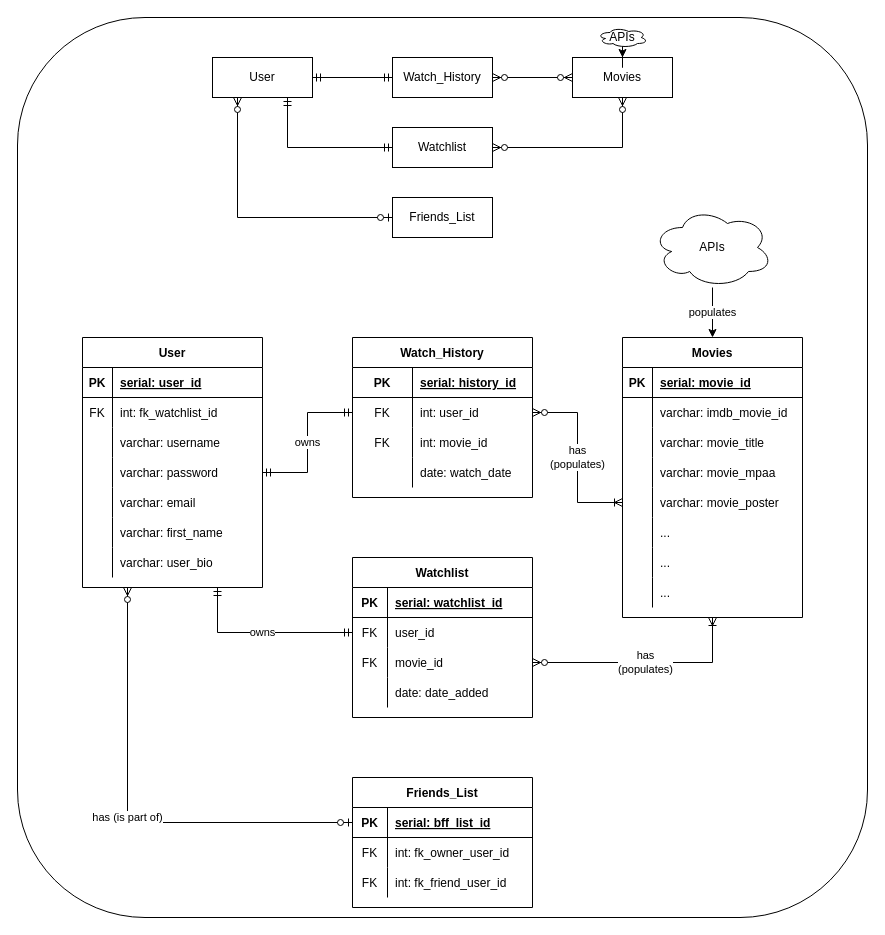
Above: Documentation/Design/p2-erd.drawio in 210426-java-react-enterprise/delta_team_p2_WebApp (draw.io), before the change. Source tidied: cells renumbered, new cells numbered last; positions are measured from the earlier drawing's top-left corner, leaving out a move shared by most shapes. Both pictures are drawn from the tidied source at 100%, with x=0, y=0 at pixel (17, 17).
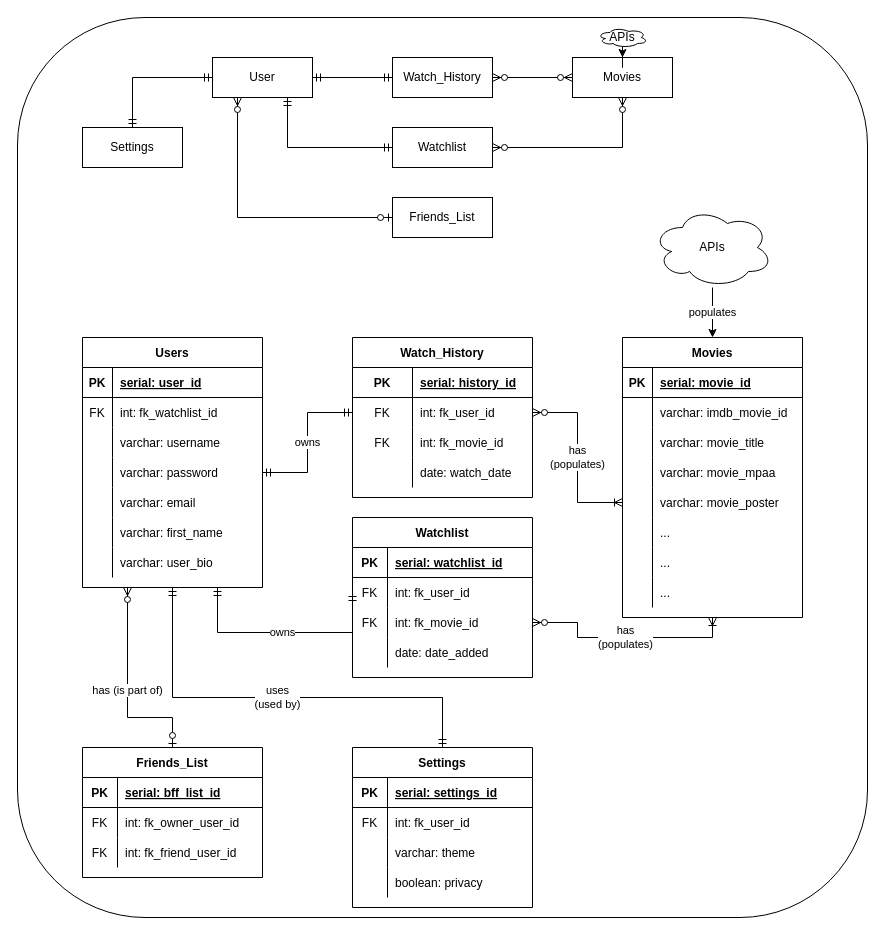
After the change.

Commit message (it also covers changes not shown here):
updated ERD to include Settings

The change refers to these unchanged cells:
```xml
<mxCell id="6" value="User" style="whiteSpace=wrap;html=1;align=center;" parent="1" vertex="1">
  <mxGeometry x="195" y="40" width="100" height="40" as="geometry" />
</mxCell>
<mxCell id="65" style="shape=partialRectangle;fillColor=none;top=0;left=0;bottom=0;right=0;points=[[0,0.5],[1,0.5]];portConstraint=eastwest;" parent="61" vertex="1">
  <mxGeometry y="60" width="180" height="30" as="geometry" />
</mxCell>
<mxCell id="68" style="shape=partialRectangle;fillColor=none;top=0;left=0;bottom=0;right=0;" parent="61" vertex="1">
  <mxGeometry y="90" width="180" height="30" as="geometry" />
</mxCell>
<mxCell id="78" style="shape=partialRectangle;fillColor=none;top=0;left=0;bottom=0;right=0;points=[[0,0.5],[1,0.5]];portConstraint=eastwest;" parent="74" vertex="1">
  <mxGeometry y="60" width="180" height="30" as="geometry" />
</mxCell>
<mxCell id="81" style="shape=partialRectangle;fillColor=none;top=0;left=0;bottom=0;right=0;points=[[0,0.5],[1,0.5]];portConstraint=eastwest;" parent="74" vertex="1">
  <mxGeometry y="90" width="180" height="30" as="geometry" />
</mxCell>
<mxCell id="91" style="shape=partialRectangle;fillColor=none;top=0;left=0;bottom=1;right=0;points=[[0,0.5],[1,0.5]];portConstraint=eastwest;" parent="90" vertex="1">
  <mxGeometry y="30" width="180" height="30" as="geometry" />
</mxCell>
```

Change to the diagram source:
```diff
@@
+    <mxCell id="105" style="edgeStyle=orthogonalEdgeStyle;rounded=0;jettySize=auto;html=1;entryX=0.5;entryY=0;entryDx=0;entryDy=0;startArrow=ERmandOne;startFill=0;endArrow=ERmandOne;endFill=0;" parent="1" edge="1" source="6" target="107">
+      <mxGeometry relative="1" as="geometry" />
+    </mxCell>
@@
-    <mxCell id="13" value="has (is part of)" style="edgeStyle=orthogonalEdgeStyle;rounded=0;jettySize=auto;html=1;exitX=0.25;exitY=1;exitDx=0;exitDy=0;entryX=0;entryY=0.5;entryDx=0;entryDy=0;startArrow=ERzeroToMany;startFill=1;endArrow=ERzeroToOne;endFill=1;" parent="1" edge="1" source="14" target="91">
+    <mxCell id="13" value="has (is part of)" style="edgeStyle=orthogonalEdgeStyle;rounded=0;jettySize=auto;html=1;exitX=0.25;exitY=1;exitDx=0;exitDy=0;entryX=0.5;entryY=0;entryDx=0;entryDy=0;startArrow=ERzeroToMany;startFill=1;endArrow=ERzeroToOne;endFill=1;" parent="1" edge="1" source="14" target="90">
       <mxGeometry relative="1" as="geometry">
         <Array as="points">
-          <mxPoint x="110" y="805" />
+          <mxPoint x="110" y="700" />
+          <mxPoint x="155" y="700" />
         </Array>
       </mxGeometry>
     </mxCell>
+    <mxCell id="106" value="uses&lt;br&gt;(used by)" style="edgeStyle=orthogonalEdgeStyle;rounded=0;jettySize=auto;html=1;entryX=0.5;entryY=0;entryDx=0;entryDy=0;startArrow=ERmandOne;startFill=0;endArrow=ERmandOne;endFill=0;" parent="1" edge="1" source="14" target="108">
+      <mxGeometry relative="1" as="geometry">
+        <Array as="points">
+          <mxPoint x="155" y="680" />
+          <mxPoint x="425" y="680" />
+        </Array>
+      </mxGeometry>
+    </mxCell>
-    <mxCell id="14" value="User" style="shape=table;startSize=30;childLayout=tableLayout;rowLines=0;fontStyle=1;align=center;" parent="1" vertex="1">
+    <mxCell id="14" value="Users" style="shape=table;startSize=30;childLayout=tableLayout;rowLines=0;fontStyle=1;align=center;" parent="1" vertex="1">
       <mxGeometry x="65" y="320" width="180" height="250" as="geometry" />
     </mxCell>
@@
-    <mxCell id="67" value="int: user_id" style="shape=partialRectangle;fillColor=none;top=0;left=0;bottom=0;right=0;align=left;spacingLeft=6;overflow=hidden;" parent="65" vertex="1">
+    <mxCell id="67" value="int: fk_user_id" style="shape=partialRectangle;fillColor=none;top=0;left=0;bottom=0;right=0;align=left;spacingLeft=6;overflow=hidden;" parent="65" vertex="1">
       <mxGeometry x="60" width="120" height="30" as="geometry" />
     </mxCell>
@@
-    <mxCell id="70" value="int: movie_id" style="shape=partialRectangle;fillColor=none;top=0;left=0;bottom=0;right=0;align=left;spacingLeft=6;overflow=hidden;" parent="68" vertex="1">
+    <mxCell id="70" value="int: fk_movie_id" style="shape=partialRectangle;fillColor=none;top=0;left=0;bottom=0;right=0;align=left;spacingLeft=6;overflow=hidden;" parent="68" vertex="1">
       <mxGeometry x="60" width="120" height="30" as="geometry" />
     </mxCell>
@@
     <mxCell id="74" value="Watchlist" style="shape=table;startSize=30;childLayout=tableLayout;rowLines=0;fontStyle=1;align=center;" parent="1" vertex="1">
-      <mxGeometry x="335" y="540" width="180" height="160" as="geometry" />
+      <mxGeometry x="335" y="500" width="180" height="160" as="geometry" />
     </mxCell>
@@
-    <mxCell id="80" value="user_id" style="shape=partialRectangle;fillColor=none;top=0;left=0;bottom=0;right=0;align=left;spacingLeft=6;overflow=hidden;" parent="78" vertex="1">
+    <mxCell id="80" value="int: fk_user_id" style="shape=partialRectangle;fillColor=none;top=0;left=0;bottom=0;right=0;align=left;spacingLeft=6;overflow=hidden;" parent="78" vertex="1">
       <mxGeometry x="35" width="145" height="30" as="geometry" />
     </mxCell>
@@
-    <mxCell id="83" value="movie_id" style="shape=partialRectangle;fillColor=none;top=0;left=0;bottom=0;right=0;align=left;spacingLeft=6;overflow=hidden;" parent="81" vertex="1">
+    <mxCell id="83" value="int: fk_movie_id" style="shape=partialRectangle;fillColor=none;top=0;left=0;bottom=0;right=0;align=left;spacingLeft=6;overflow=hidden;" parent="81" vertex="1">
       <mxGeometry x="35" width="145" height="30" as="geometry" />
     </mxCell>
@@
     <mxCell id="90" value="Friends_List" style="shape=table;startSize=30;childLayout=tableLayout;rowLines=0;fontStyle=1;align=center;" parent="1" vertex="1">
-      <mxGeometry x="335" y="760" width="180" height="130" as="geometry" />
+      <mxGeometry x="65" y="730" width="180" height="130" as="geometry" />
     </mxCell>
@@
+    <mxCell id="107" value="Settings" style="whiteSpace=wrap;html=1;align=center;" parent="1" vertex="1">
+      <mxGeometry x="65" y="110" width="100" height="40" as="geometry" />
+    </mxCell>
+    <mxCell id="108" value="Settings" style="shape=table;startSize=30;childLayout=tableLayout;rowLines=0;fontStyle=1;align=center;" parent="1" vertex="1">
+      <mxGeometry x="335" y="730" width="180" height="160" as="geometry" />
+    </mxCell>
+    <mxCell id="109" style="shape=partialRectangle;fillColor=none;top=0;left=0;bottom=1;right=0;" parent="108" vertex="1">
+      <mxGeometry y="30" width="180" height="30" as="geometry" />
+    </mxCell>
+    <mxCell id="110" value="PK" style="shape=partialRectangle;fillColor=none;top=0;left=0;bottom=0;right=0;fontStyle=1;overflow=hidden;" parent="109" vertex="1">
+      <mxGeometry width="35" height="30" as="geometry" />
+    </mxCell>
+    <mxCell id="111" value="serial: settings_id" style="shape=partialRectangle;fillColor=none;top=0;left=0;bottom=0;right=0;align=left;spacingLeft=6;fontStyle=5;overflow=hidden;" parent="109" vertex="1">
+      <mxGeometry x="35" width="145" height="30" as="geometry" />
+    </mxCell>
+    <mxCell id="112" style="shape=partialRectangle;fillColor=none;top=0;left=0;bottom=0;right=0;" parent="108" vertex="1">
+      <mxGeometry y="60" width="180" height="30" as="geometry" />
+    </mxCell>
+    <mxCell id="113" value="FK" style="shape=partialRectangle;fillColor=none;top=0;left=0;bottom=0;right=0;overflow=hidden;" parent="112" vertex="1">
+      <mxGeometry width="35" height="30" as="geometry" />
+    </mxCell>
+    <mxCell id="114" value="int: fk_user_id" style="shape=partialRectangle;fillColor=none;top=0;left=0;bottom=0;right=0;align=left;spacingLeft=6;overflow=hidden;" parent="112" vertex="1">
+      <mxGeometry x="35" width="145" height="30" as="geometry" />
+    </mxCell>
+    <mxCell id="115" style="shape=partialRectangle;fillColor=none;top=0;left=0;bottom=0;right=0;" parent="108" vertex="1">
+      <mxGeometry y="90" width="180" height="30" as="geometry" />
+    </mxCell>
+    <mxCell id="116" style="shape=partialRectangle;fillColor=none;top=0;left=0;bottom=0;right=0;overflow=hidden;" parent="115" vertex="1">
+      <mxGeometry width="35" height="30" as="geometry" />
+    </mxCell>
+    <mxCell id="117" value="varchar: theme" style="shape=partialRectangle;fillColor=none;top=0;left=0;bottom=0;right=0;align=left;spacingLeft=6;overflow=hidden;" parent="115" vertex="1">
+      <mxGeometry x="35" width="145" height="30" as="geometry" />
+    </mxCell>
+    <mxCell id="118" style="shape=partialRectangle;fillColor=none;top=0;left=0;bottom=0;right=0;" parent="108" vertex="1">
+      <mxGeometry y="120" width="180" height="30" as="geometry" />
+    </mxCell>
+    <mxCell id="119" style="shape=partialRectangle;fillColor=none;top=0;left=0;bottom=0;right=0;overflow=hidden;" parent="118" vertex="1">
+      <mxGeometry width="35" height="30" as="geometry" />
+    </mxCell>
+    <mxCell id="120" value="boolean: privacy" style="shape=partialRectangle;fillColor=none;top=0;left=0;bottom=0;right=0;align=left;spacingLeft=6;overflow=hidden;" parent="118" vertex="1">
+      <mxGeometry x="35" width="145" height="30" as="geometry" />
+    </mxCell>
```
